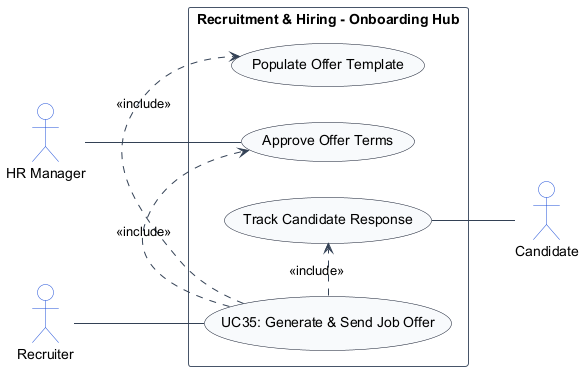
Earlier version of the PlantUML export usecase_images/UC35.png (TamBui1706/HRPlatform).
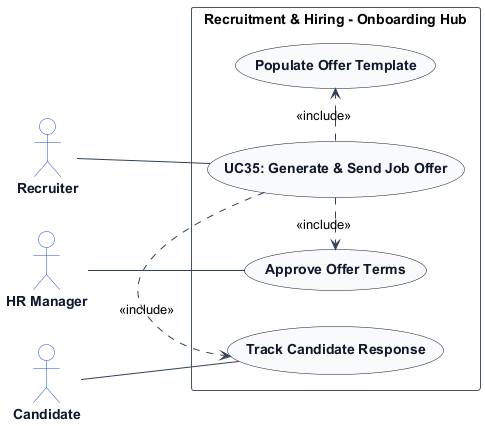
The same file after the commit.

Change to the diagram source:
```diff
@@ -7,8 +7,14 @@
 skinparam ArrowColor #334155
 skinparam ActorBorderColor #1d4ed8
 skinparam ActorBackgroundColor #ffffff
+skinparam ActorFontColor #0f172a
+skinparam ActorFontStyle bold
+
 skinparam UsecaseBorderColor #0f172a
 skinparam UsecaseBackgroundColor #f8fafc
+skinparam UsecaseFontColor #0f172a
+skinparam UsecaseFontStyle bold
+
 skinparam RectangleBorderColor #475569
 skinparam RectangleBackgroundColor #ffffff
 
@@ -24,9 +30,9 @@
 
     Recruiter -- UC_Main
     HRManager -- UC_ApproveOffer
+    Candidate -- UC_ResponseStatus
     UC_Main .> UC_OfferPDF : <<include>>
     UC_Main .> UC_ApproveOffer : <<include>>
     UC_Main .> UC_ResponseStatus : <<include>>
-    UC_ResponseStatus -- Candidate
 }
 @enduml
```
